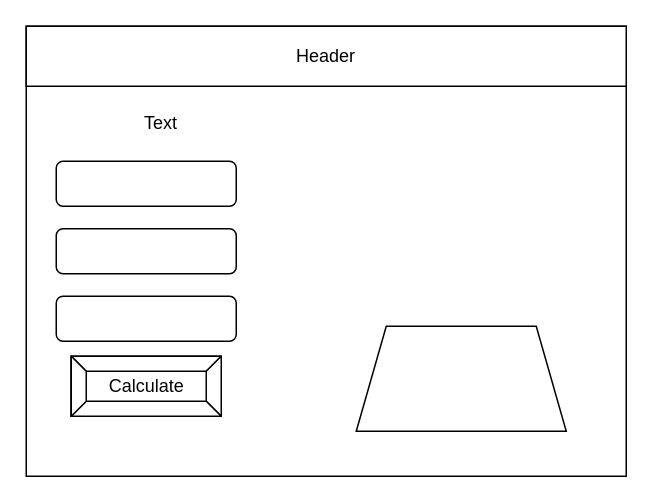
Allen-Li-hub/ICS2O-Unit3-01-HTML keeps this draw.io diagram as design/story-board.drawio. Above is the earlier version. Source tidied: cells renumbered, new cells numbered last; positions are measured from the earlier drawing's top-left corner, leaving out a move shared by most shapes. Both pictures are drawn from the tidied source at 150%, with x=0, y=0 at pixel (26, 26).
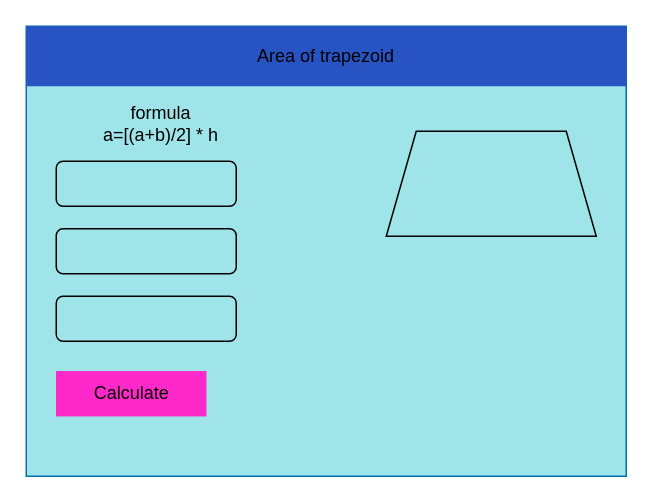
The same diagram, later.

The edit, as a diff of the source:
```diff
@@
 <mxGraphModel>
   <root>
     <mxCell id="0" />
     <mxCell id="1" parent="0" />
-    <mxCell id="2" style="rounded=0;whiteSpace=wrap;html=1;" parent="1" vertex="1">
+    <mxCell id="2" style="rounded=0;whiteSpace=wrap;html=1;fillColor=#9FE4E9;fontColor=#ffffff;strokeColor=#006EAF;" parent="1" vertex="1">
       <mxGeometry width="400" height="300" as="geometry" />
     </mxCell>
-    <mxCell id="3" value="Header" style="rounded=0;whiteSpace=wrap;html=1;" parent="1" vertex="1">
+    <mxCell id="3" value="Area of trapezoid" style="rounded=0;whiteSpace=wrap;html=1;strokeColor=#stateblue;fillColor=#2854C3;" parent="1" vertex="1">
       <mxGeometry width="400" height="40" as="geometry" />
     </mxCell>
-    <mxCell id="4" value="Calculate" style="labelPosition=center;verticalLabelPosition=middle;align=center;html=1;shape=mxgraph.basic.button;dx=10;" parent="1" vertex="1">
-      <mxGeometry x="30" y="220" width="100" height="40" as="geometry" />
+    <mxCell id="4" value="Calculate" style="labelPosition=center;verticalLabelPosition=middle;align=center;html=1;shape=mxgraph.basic.button;dx=10;fillColor=#FF29C9;strokeColor=none;" parent="1" vertex="1">
+      <mxGeometry x="20" y="230" width="100" height="30" as="geometry" />
     </mxCell>
-    <mxCell id="5" style="rounded=1;whiteSpace=wrap;html=1;" parent="1" vertex="1">
+    <mxCell id="5" style="rounded=1;whiteSpace=wrap;html=1;fillColor=#9FE4E9;strokeColor=#000000;" parent="1" vertex="1">
       <mxGeometry x="20" y="180" width="120" height="30" as="geometry" />
     </mxCell>
-    <mxCell id="6" style="rounded=1;whiteSpace=wrap;html=1;" parent="1" vertex="1">
+    <mxCell id="6" style="rounded=1;whiteSpace=wrap;html=1;strokeColor=#000000;fillColor=#9FE4E9;" parent="1" vertex="1">
       <mxGeometry x="20" y="135" width="120" height="30" as="geometry" />
     </mxCell>
-    <mxCell id="7" style="rounded=1;whiteSpace=wrap;html=1;" parent="1" vertex="1">
+    <mxCell id="7" style="rounded=1;whiteSpace=wrap;html=1;strokeColor=#000000;fillColor=#9FE4E9;" parent="1" vertex="1">
       <mxGeometry x="20" y="90" width="120" height="30" as="geometry" />
     </mxCell>
-    <mxCell id="8" value="Text" style="text;html=1;strokeColor=none;fillColor=none;align=center;verticalAlign=middle;whiteSpace=wrap;rounded=0;" parent="1" vertex="1">
-      <mxGeometry x="60" y="50" width="60" height="30" as="geometry" />
+    <mxCell id="8" value="formula&lt;br&gt;a=[(a+b)/2] * h" style="text;html=1;strokeColor=none;fillColor=none;align=center;verticalAlign=middle;whiteSpace=wrap;rounded=0;fontColor=#000000;" parent="1" vertex="1">
+      <mxGeometry x="40" y="50" width="100" height="30" as="geometry" />
     </mxCell>
-    <mxCell id="9" style="shape=trapezoid;perimeter=trapezoidPerimeter;whiteSpace=wrap;html=1;fixedSize=1;size=20;" parent="1" vertex="1">
-      <mxGeometry x="220" y="200" width="140" height="70" as="geometry" />
+    <mxCell id="9" style="shape=trapezoid;perimeter=trapezoidPerimeter;whiteSpace=wrap;html=1;fixedSize=1;size=20;fillColor=#9FE4E9;gradientColor=none;strokeColor=#000000;" parent="1" vertex="1">
+      <mxGeometry x="240" y="70" width="140" height="70" as="geometry" />
     </mxCell>
   </root>
 </mxGraphModel>
```
